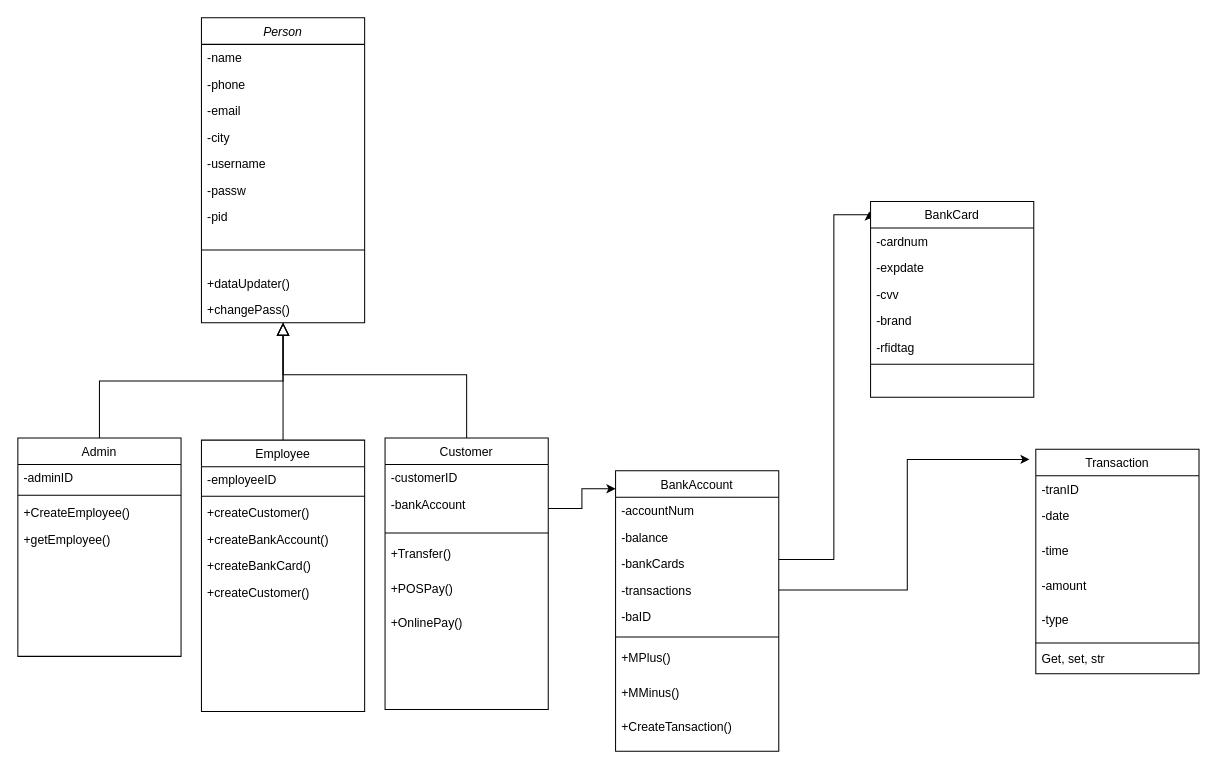
This is OOP Python/Project - Bank/bank.drawio from ladamtla/School, a draw.io file, before an edit. Source tidied: cells renumbered, new cells numbered last; positions are measured from the earlier drawing's top-left corner, leaving out a move shared by most shapes. Both pictures are drawn from the tidied source at 102%, with x=0, y=0 at pixel (17, 17).
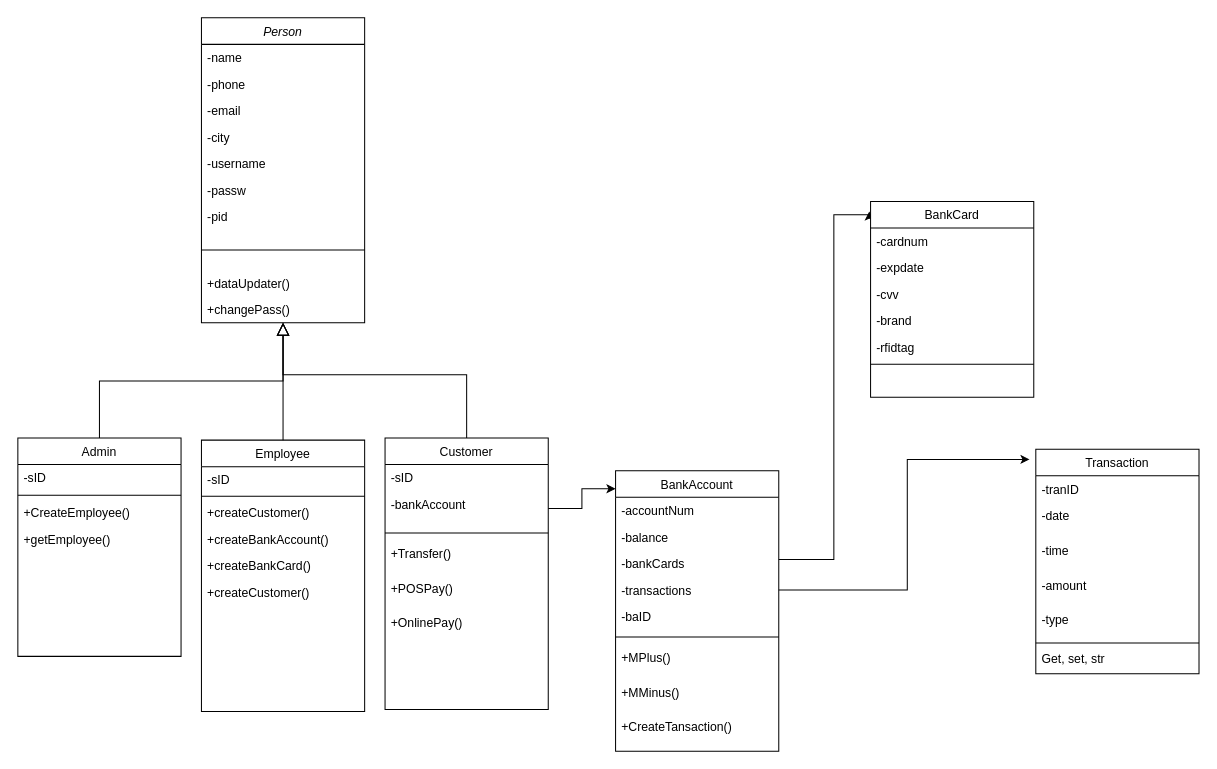
The same diagram, later.

The change refers to these unchanged cells:
```xml
<mxCell id="13" value="Admin" style="swimlane;fontStyle=0;align=center;verticalAlign=top;horizontal=1;startSize=26;rounded=0;shadow=0;strokeWidth=1;" parent="1" vertex="1">
  <mxGeometry y="412" width="160" height="214" as="geometry" />
</mxCell>
<mxCell id="19" value="Employee" style="swimlane;fontStyle=0;align=center;verticalAlign=top;horizontal=1;startSize=26;rounded=0;shadow=0;strokeWidth=1;" parent="1" vertex="1">
  <mxGeometry x="180" y="414" width="160" height="266" as="geometry" />
</mxCell>
<mxCell id="27" value="Customer" style="swimlane;fontStyle=0;align=center;verticalAlign=top;horizontal=1;startSize=26;rounded=0;shadow=0;strokeWidth=1;" parent="1" vertex="1">
  <mxGeometry x="360" y="412" width="160" height="266" as="geometry" />
</mxCell>
```

Diff of the diagram source:
```diff
@@
-    <mxCell id="14" value="-adminID" style="text;align=left;verticalAlign=top;spacingLeft=4;spacingRight=4;overflow=hidden;rounded=0;" parent="13" vertex="1">
+    <mxCell id="14" value="-sID" style="text;align=left;verticalAlign=top;spacingLeft=4;spacingRight=4;overflow=hidden;rounded=0;" parent="13" vertex="1">
       <mxGeometry y="26" width="160" height="26" as="geometry" />
     </mxCell>
@@
-    <mxCell id="20" value="-employeeID" style="text;align=left;verticalAlign=top;spacingLeft=4;spacingRight=4;overflow=hidden;rounded=0;" parent="19" vertex="1">
+    <mxCell id="20" value="-sID" style="text;align=left;verticalAlign=top;spacingLeft=4;spacingRight=4;overflow=hidden;rounded=0;" parent="19" vertex="1">
       <mxGeometry y="26" width="160" height="26" as="geometry" />
     </mxCell>
@@
-    <mxCell id="28" value="-customerID" style="text;align=left;verticalAlign=top;spacingLeft=4;spacingRight=4;overflow=hidden;rounded=0;" parent="27" vertex="1">
+    <mxCell id="28" value="-sID" style="text;align=left;verticalAlign=top;spacingLeft=4;spacingRight=4;overflow=hidden;rounded=0;" parent="27" vertex="1">
       <mxGeometry y="26" width="160" height="26" as="geometry" />
     </mxCell>
```
